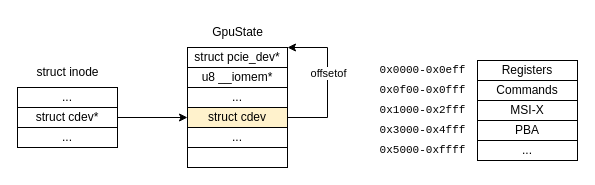
Above: page "Page-1" (1 of 2) of blog/raw/learning-pcie-dma/drawings.drawio in DavidVentura/blog (draw.io), before the change. Source tidied: cells renumbered, new cells numbered last; positions are measured from the earlier drawing's top-left corner, leaving out a move shared by most shapes. Both pictures are drawn from the tidied source at 100%, with x=0, y=0 at pixel (17, 17).
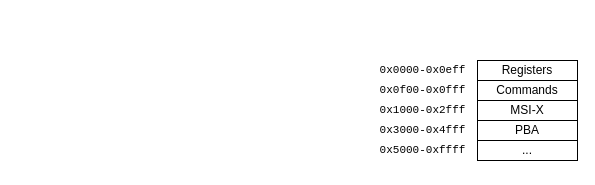
The same page after the edit.

Diff of the diagram source:
```diff
@@
-    <mxCell id="15" style="group;" parent="1" vertex="1">
-      <mxGeometry width="270" height="150" as="geometry" />
-    </mxCell>
-    <mxCell id="16" style="group;" parent="15" vertex="1">
-      <mxGeometry x="170" width="100" height="150" as="geometry" />
-    </mxCell>
-    <mxCell id="17" value="GpuState" style="text;html=1;align=center;verticalAlign=middle;strokeColor=none;fillColor=none;" parent="16" vertex="1">
-      <mxGeometry x="15" width="70" height="30" as="geometry" />
-    </mxCell>
-    <mxCell id="18" style="group;" parent="16" vertex="1">
-      <mxGeometry y="30" width="100" height="120" as="geometry" />
-    </mxCell>
-    <mxCell id="19" style="rounded=0;whiteSpace=wrap;html=1;verticalAlign=top;" parent="18" vertex="1">
-      <mxGeometry width="100" height="120" as="geometry" />
-    </mxCell>
-    <mxCell id="20" value="struct pcie_dev*" style="rounded=0;whiteSpace=wrap;html=1;" parent="18" vertex="1">
-      <mxGeometry width="100" height="20" as="geometry" />
-    </mxCell>
-    <mxCell id="21" value="u8 __iomem*" style="rounded=0;whiteSpace=wrap;html=1;" parent="18" vertex="1">
-      <mxGeometry y="20" width="100" height="20" as="geometry" />
-    </mxCell>
-    <mxCell id="22" value="..." style="rounded=0;whiteSpace=wrap;html=1;" parent="18" vertex="1">
-      <mxGeometry y="40" width="100" height="20" as="geometry" />
-    </mxCell>
-    <mxCell id="23" value="..." style="rounded=0;whiteSpace=wrap;html=1;" parent="18" vertex="1">
-      <mxGeometry y="80" width="100" height="20" as="geometry" />
-    </mxCell>
-    <mxCell id="24" style="edgeStyle=orthogonalEdgeStyle;rounded=0;jettySize=auto;html=1;entryX=1;entryY=0;entryDx=0;entryDy=0;" parent="18" edge="1" source="26" target="20">
-      <mxGeometry relative="1" as="geometry">
-        <Array as="points">
-          <mxPoint x="140" y="70" />
-          <mxPoint x="140" />
-        </Array>
-      </mxGeometry>
-    </mxCell>
-    <mxCell id="25" value="offsetof" style="edgeLabel;html=1;align=center;verticalAlign=middle;" parent="24" vertex="1">
-      <mxGeometry x="0.13" relative="1" as="geometry" />
-    </mxCell>
-    <mxCell id="26" value="struct cdev" style="rounded=0;whiteSpace=wrap;html=1;fillColor=#fff2cc;strokeColor=default;" parent="18" vertex="1">
-      <mxGeometry y="60" width="100" height="20" as="geometry" />
-    </mxCell>
-    <mxCell id="27" style="edgeStyle=orthogonalEdgeStyle;rounded=0;jettySize=auto;html=1;entryX=0;entryY=0.5;entryDx=0;entryDy=0;" parent="15" edge="1" source="31" target="26">
-      <mxGeometry relative="1" as="geometry" />
-    </mxCell>
-    <mxCell id="28" value="struct inode" style="text;html=1;align=center;verticalAlign=middle;strokeColor=none;fillColor=none;" parent="15" vertex="1">
-      <mxGeometry x="5" y="40" width="90" height="30" as="geometry" />
-    </mxCell>
-    <mxCell id="29" style="group;" parent="15" vertex="1">
-      <mxGeometry y="70" width="100" height="60" as="geometry" />
-    </mxCell>
-    <mxCell id="30" style="rounded=0;whiteSpace=wrap;html=1;verticalAlign=top;fontStyle=1;" parent="29" vertex="1">
-      <mxGeometry width="100" height="60" as="geometry" />
-    </mxCell>
-    <mxCell id="31" value="struct cdev*" style="rounded=0;whiteSpace=wrap;html=1;" parent="29" vertex="1">
-      <mxGeometry y="20" width="100" height="20" as="geometry" />
-    </mxCell>
-    <mxCell id="32" value="..." style="rounded=0;whiteSpace=wrap;html=1;" parent="29" vertex="1">
-      <mxGeometry width="100" height="20" as="geometry" />
-    </mxCell>
-    <mxCell id="33" value="..." style="rounded=0;whiteSpace=wrap;html=1;" parent="29" vertex="1">
-      <mxGeometry y="40" width="100" height="20" as="geometry" />
-    </mxCell>
```
